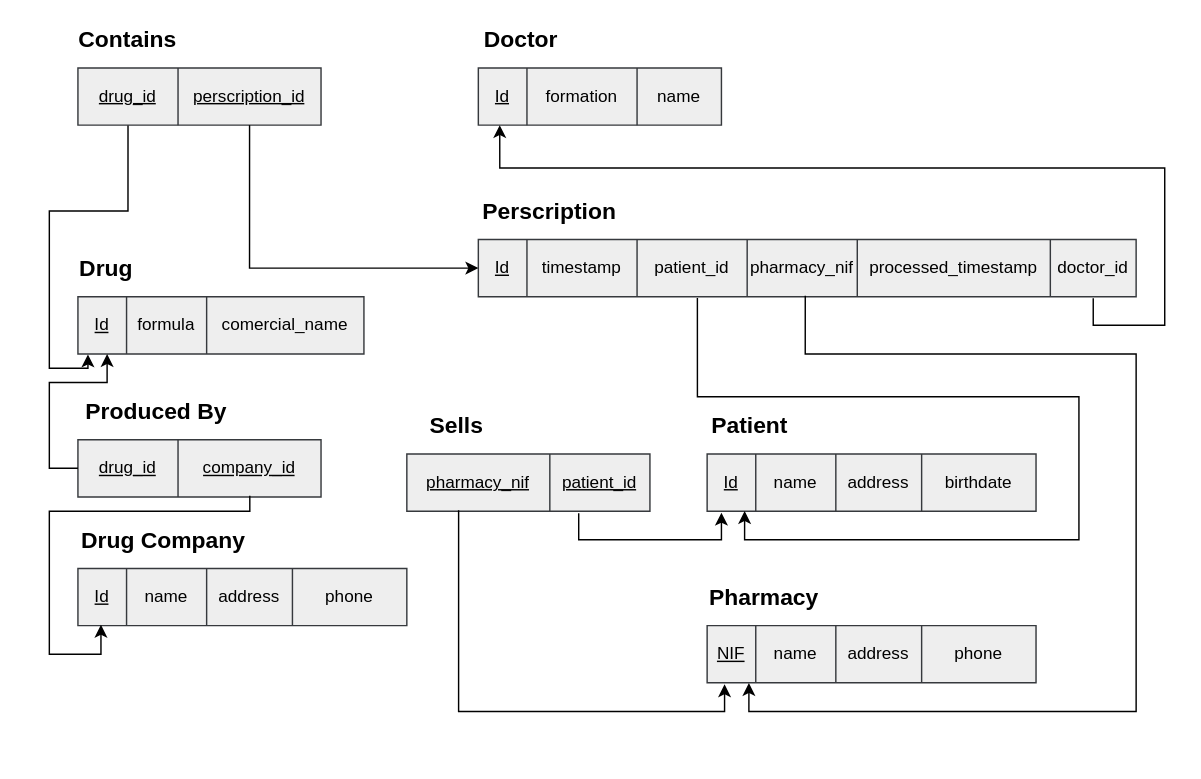
Unn4m3DD/db keeps this draw.io diagram as P3-3/chart2.drawio. Above is the earlier version. Source tidied: cells renumbered, new cells numbered last; positions are measured from the earlier drawing's top-left corner, leaving out a move shared by most shapes. Both pictures are drawn from the tidied source at 143%, with x=0, y=0 at pixel (49, 24).
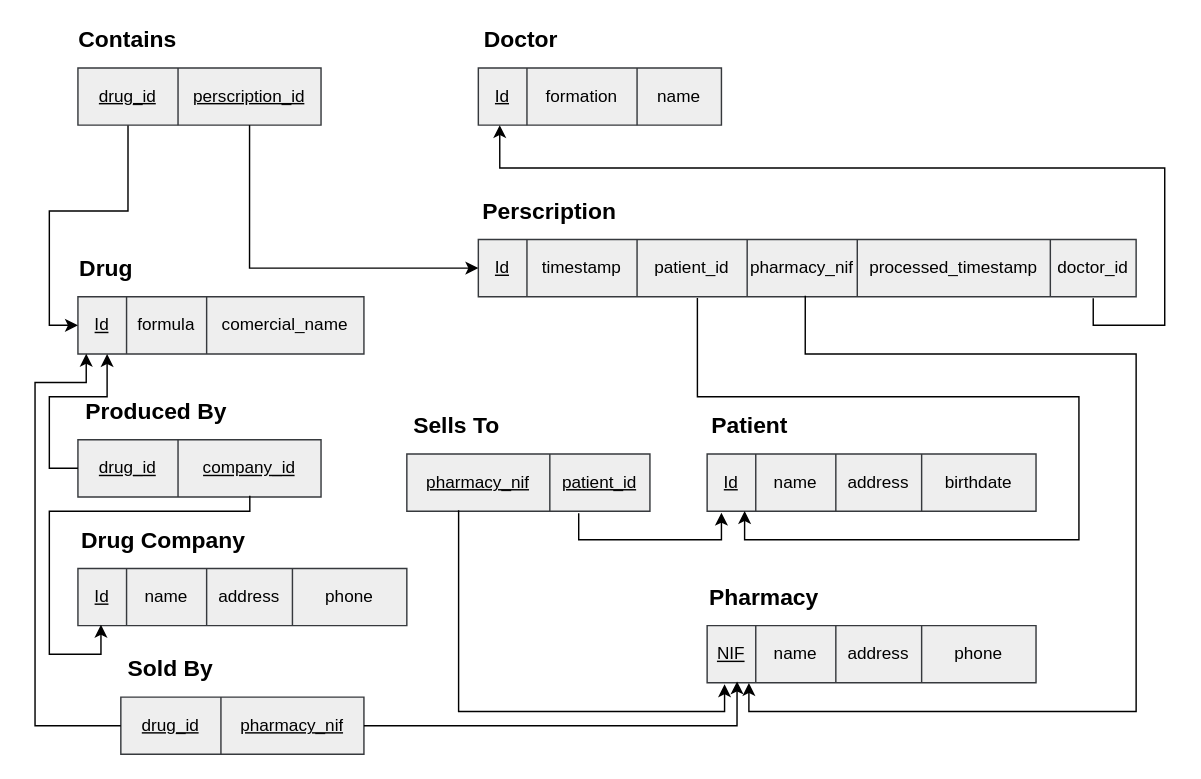
The same diagram, later.

The change refers to these unchanged cells:
```xml
<mxCell id="18" style="shape=partialRectangle;html=1;whiteSpace=wrap;fillColor=none;top=0;left=0;bottom=0;right=0;points=[[0,0.5],[1,0.5]];portConstraint=eastwest;" parent="17" vertex="1">
  <mxGeometry width="200" height="40" as="geometry" />
</mxCell>
<mxCell id="31" style="shape=partialRectangle;html=1;whiteSpace=wrap;fillColor=none;top=0;left=0;bottom=0;right=0;points=[[0,0.5],[1,0.5]];portConstraint=eastwest;" parent="30" vertex="1">
  <mxGeometry width="230" height="40" as="geometry" />
</mxCell>
<mxCell id="46" style="shape=partialRectangle;html=1;whiteSpace=wrap;fillColor=none;top=0;left=0;bottom=0;right=0;points=[[0,0.5],[1,0.5]];portConstraint=eastwest;" parent="45" vertex="1">
  <mxGeometry width="170" height="40" as="geometry" />
</mxCell>
<mxCell id="51" style="shape=partialRectangle;html=1;whiteSpace=wrap;fillColor=none;top=0;left=0;bottom=0;right=0;points=[[0,0.5],[1,0.5]];portConstraint=eastwest;" parent="50" vertex="1">
  <mxGeometry width="170" height="40" as="geometry" />
</mxCell>
```

Diff of the diagram source:
```diff
@@
-    <mxCell id="60" value="&lt;span style=&quot;font-size: 16px&quot;&gt;&lt;b&gt;Sells&lt;/b&gt;&lt;/span&gt;" style="text;html=1;strokeColor=none;fillColor=none;align=center;verticalAlign=middle;whiteSpace=wrap;rounded=0;" parent="1" vertex="1">
+    <mxCell id="60" value="&lt;span style=&quot;font-size: 16px&quot;&gt;&lt;b&gt;Sells To&lt;/b&gt;&lt;/span&gt;" style="text;html=1;strokeColor=none;fillColor=none;align=center;verticalAlign=middle;whiteSpace=wrap;rounded=0;" parent="1" vertex="1">
       <mxGeometry x="250" y="270" width="70" height="20" as="geometry" />
     </mxCell>
@@
-    <mxCell id="63" style="edgeStyle=orthogonalEdgeStyle;rounded=0;jettySize=auto;html=1;exitX=0.206;exitY=1.007;exitDx=0;exitDy=0;entryX=0.035;entryY=1.008;entryDx=0;entryDy=0;entryPerimeter=0;exitPerimeter=0;" parent="1" edge="1" source="46" target="18">
+    <mxCell id="63" style="edgeStyle=orthogonalEdgeStyle;rounded=0;jettySize=auto;html=1;exitX=0.206;exitY=1.007;exitDx=0;exitDy=0;entryX=0;entryY=0.5;entryDx=0;entryDy=0;exitPerimeter=0;" parent="1" edge="1" source="46" target="18">
       <mxGeometry relative="1" as="geometry">
         <Array as="points">
           <mxPoint x="55" y="130" />
           <mxPoint y="130" />
-          <mxPoint y="240" />
-          <mxPoint x="27" y="240" />
+          <mxPoint y="210" />
         </Array>
       </mxGeometry>
     </mxCell>
     <mxCell id="64" style="edgeStyle=orthogonalEdgeStyle;rounded=0;jettySize=auto;html=1;entryX=0.102;entryY=1;entryDx=0;entryDy=0;entryPerimeter=0;" parent="1" edge="1" source="51" target="18">
       <mxGeometry relative="1" as="geometry">
         <Array as="points">
           <mxPoint y="310" />
-          <mxPoint y="250" />
-          <mxPoint x="40" y="250" />
+          <mxPoint y="260" />
+          <mxPoint x="40" y="260" />
         </Array>
       </mxGeometry>
     </mxCell>
@@
+    <mxCell id="68" style="shape=table;html=1;whiteSpace=wrap;startSize=0;childLayout=tableLayout;fillColor=#eeeeee;strokeColor=#36393d;" parent="1" vertex="1">
+      <mxGeometry x="50" y="470" width="170" height="40" as="geometry" />
+    </mxCell>
+    <mxCell id="69" style="shape=partialRectangle;html=1;whiteSpace=wrap;fillColor=none;top=0;left=0;bottom=0;right=0;points=[[0,0.5],[1,0.5]];portConstraint=eastwest;" parent="68" vertex="1">
+      <mxGeometry width="170" height="40" as="geometry" />
+    </mxCell>
+    <mxCell id="70" value="&lt;u&gt;drug_id&lt;/u&gt;" style="shape=partialRectangle;html=1;whiteSpace=wrap;fillColor=none;top=0;left=0;bottom=0;right=0;overflow=hidden;" parent="69" vertex="1">
+      <mxGeometry width="70" height="40" as="geometry" />
+    </mxCell>
+    <mxCell id="71" value="&lt;u&gt;pharmacy_nif&lt;/u&gt;" style="shape=partialRectangle;html=1;whiteSpace=wrap;fillColor=none;top=0;left=0;bottom=0;right=0;overflow=hidden;" parent="69" vertex="1">
+      <mxGeometry x="70" width="100" height="40" as="geometry" />
+    </mxCell>
+    <mxCell id="72" value="&lt;span style=&quot;font-size: 16px&quot;&gt;&lt;b&gt;Sold By&lt;/b&gt;&lt;/span&gt;" style="text;html=1;strokeColor=none;fillColor=none;align=center;verticalAlign=middle;whiteSpace=wrap;rounded=0;" parent="1" vertex="1">
+      <mxGeometry x="50" y="440" width="70" height="20" as="geometry" />
+    </mxCell>
+    <mxCell id="73" style="edgeStyle=orthogonalEdgeStyle;rounded=0;jettySize=auto;html=1;exitX=1;exitY=0.5;exitDx=0;exitDy=0;entryX=0.091;entryY=0.975;entryDx=0;entryDy=0;entryPerimeter=0;" parent="1" edge="1" source="69" target="31">
+      <mxGeometry relative="1" as="geometry" />
+    </mxCell>
+    <mxCell id="74" style="edgeStyle=orthogonalEdgeStyle;rounded=0;jettySize=auto;html=1;exitX=0;exitY=0.5;exitDx=0;exitDy=0;entryX=0.029;entryY=0.997;entryDx=0;entryDy=0;entryPerimeter=0;" parent="1" edge="1" source="69" target="18">
+      <mxGeometry relative="1" as="geometry">
+        <Array as="points">
+          <mxPoint x="-10" y="490" />
+          <mxPoint x="-10" y="250" />
+          <mxPoint x="26" y="250" />
+          <mxPoint x="26" y="230" />
+        </Array>
+      </mxGeometry>
+    </mxCell>
```
